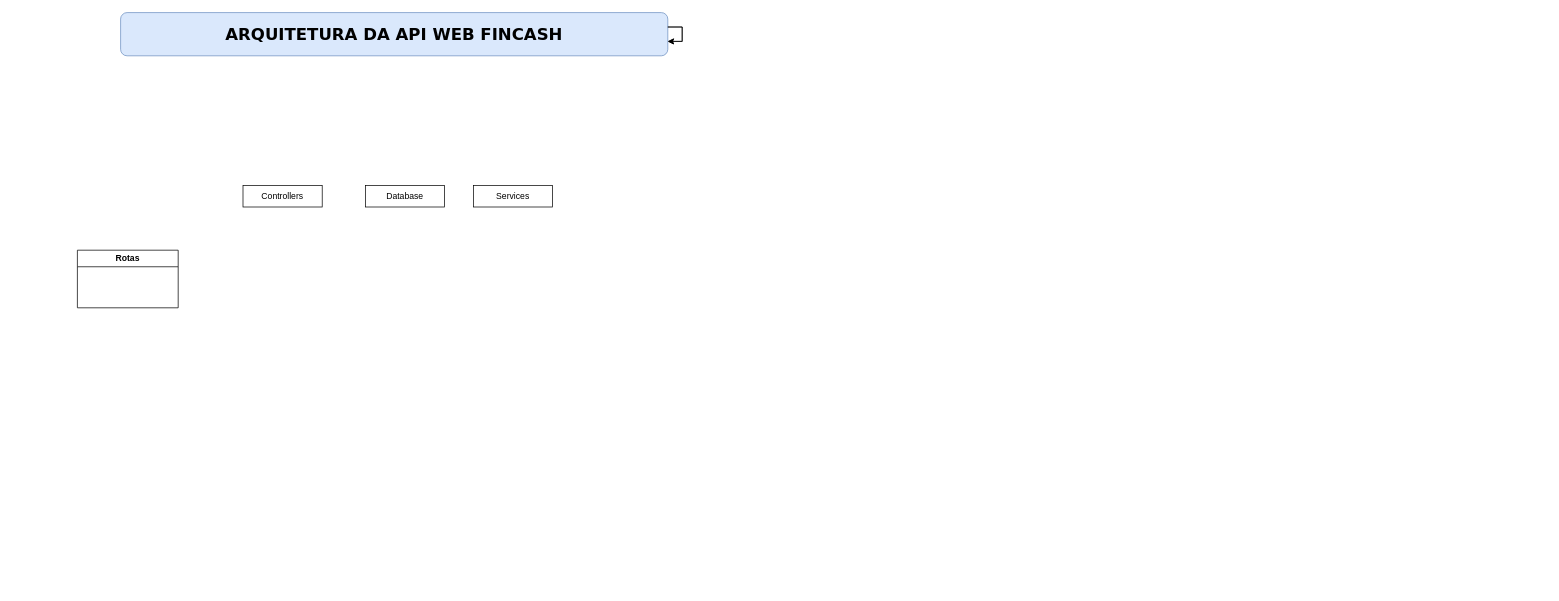
Above: src/TCC FINCASH.drawio in FINCASH-ORGANIZATION/TCC-FINCASH-BACK-END (draw.io), before the change. Source tidied: cells renumbered, new cells numbered last; positions are measured from the earlier drawing's top-left corner, leaving out a move shared by most shapes. Both pictures are drawn from the tidied source at 72%, with x=0, y=0 at pixel (77, 12).
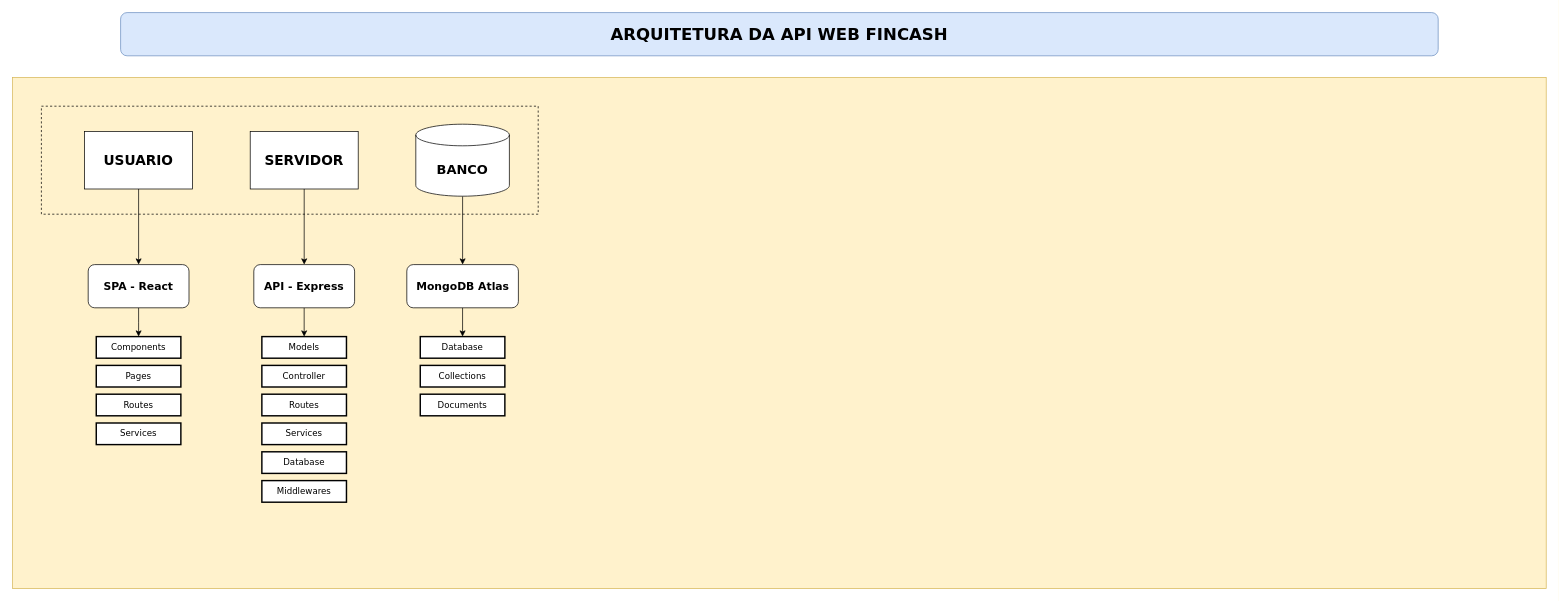
The same diagram, later.

Commit message:
Att FINCASH TCC.drawio

The edit, as a diff of the source:
```diff
@@
+    <mxCell id="10" style="rounded=0;whiteSpace=wrap;html=1;fillColor=#fff2cc;strokeColor=#d6b656;" parent="1" vertex="1">
+      <mxGeometry x="-90" y="90" width="2130" height="710" as="geometry" />
+    </mxCell>
+    <mxCell id="11" style="rounded=0;whiteSpace=wrap;html=1;shadow=0;glass=0;strokeColor=default;align=center;verticalAlign=middle;fontFamily=Helvetica;fontSize=12;fontColor=default;fillColor=none;gradientColor=none;dashed=1;" parent="1" vertex="1">
+      <mxGeometry x="-50" y="130" width="690" height="150" as="geometry" />
+    </mxCell>
     <mxCell id="2" value="&lt;font size=&quot;1&quot; face=&quot;Verdana&quot;&gt;&lt;b style=&quot;font-size: 23px;&quot;&gt;ARQUITETURA DA API WEB FINCASH&lt;/b&gt;&lt;/font&gt;" style="rounded=1;whiteSpace=wrap;html=1;fillColor=#dae8fc;strokeColor=#6c8ebf;" parent="1" vertex="1">
-      <mxGeometry x="60" width="760" height="60" as="geometry" />
+      <mxGeometry x="60" width="1830" height="60" as="geometry" />
     </mxCell>
-    <mxCell id="3" style="edgeStyle=orthogonalEdgeStyle;rounded=0;orthogonalLoop=1;jettySize=auto;html=1;" parent="1" edge="1" source="2" target="2">
-      <mxGeometry relative="1" as="geometry" />
-    </mxCell>
@@
-    <mxCell id="5" style="edgeStyle=orthogonalEdgeStyle;rounded=0;orthogonalLoop=1;jettySize=auto;html=1;" parent="1" edge="1" source="2" target="2">
-      <mxGeometry relative="1" as="geometry" />
-    </mxCell>
-    <mxCell id="6" value="Controllers" style="rounded=0;whiteSpace=wrap;html=1;" parent="1" vertex="1">
-      <mxGeometry x="230" y="240" width="110" height="30" as="geometry" />
-    </mxCell>
-    <mxCell id="7" value="Database" style="rounded=0;whiteSpace=wrap;html=1;" parent="1" vertex="1">
-      <mxGeometry x="400" y="240" width="110" height="30" as="geometry" />
-    </mxCell>
-    <mxCell id="8" value="Services" style="rounded=0;whiteSpace=wrap;html=1;" parent="1" vertex="1">
-      <mxGeometry x="550" y="240" width="110" height="30" as="geometry" />
-    </mxCell>
-    <mxCell id="9" value="Rotas" style="swimlane;whiteSpace=wrap;html=1;" parent="1" vertex="1">
-      <mxGeometry y="330" width="140" height="80" as="geometry" />
-    </mxCell>
+    <mxCell id="12" style="edgeStyle=orthogonalEdgeStyle;rounded=0;jettySize=auto;html=1;fontFamily=Verdana;fontSize=12;fontColor=default;" parent="1" edge="1" source="13" target="19">
+      <mxGeometry relative="1" as="geometry" />
+    </mxCell>
+    <mxCell id="13" value="&lt;b&gt;&lt;font style=&quot;font-size: 19px;&quot; face=&quot;Verdana&quot;&gt;USUARIO&lt;/font&gt;&lt;/b&gt;" style="rounded=0;whiteSpace=wrap;html=1;gradientColor=none;glass=0;shadow=0;strokeColor=default;" parent="1" vertex="1">
+      <mxGeometry x="10" y="165" width="150" height="80" as="geometry" />
+    </mxCell>
+    <mxCell id="14" style="edgeStyle=orthogonalEdgeStyle;rounded=0;jettySize=auto;html=1;fontFamily=Verdana;fontSize=12;fontColor=default;" parent="1" edge="1" source="15" target="23">
+      <mxGeometry relative="1" as="geometry" />
+    </mxCell>
+    <mxCell id="15" value="&lt;font face=&quot;Verdana&quot;&gt;&lt;span style=&quot;font-size: 19px;&quot;&gt;&lt;b&gt;SERVIDOR&lt;br&gt;&lt;/b&gt;&lt;/span&gt;&lt;/font&gt;" style="rounded=0;whiteSpace=wrap;html=1;gradientColor=none;glass=0;shadow=0;strokeColor=default;" parent="1" vertex="1">
+      <mxGeometry x="240" y="165" width="150" height="80" as="geometry" />
+    </mxCell>
+    <mxCell id="16" style="edgeStyle=orthogonalEdgeStyle;rounded=0;jettySize=auto;html=1;fontFamily=Verdana;fontSize=12;fontColor=default;" parent="1" edge="1" source="17" target="21">
+      <mxGeometry relative="1" as="geometry" />
+    </mxCell>
+    <mxCell id="17" value="&lt;font style=&quot;font-size: 18px;&quot;&gt;&lt;b&gt;BANCO&lt;/b&gt;&lt;/font&gt;" style="shape=cylinder3;whiteSpace=wrap;html=1;boundedLbl=1;backgroundOutline=1;size=15;rounded=0;shadow=0;glass=0;strokeColor=default;align=center;verticalAlign=middle;fontFamily=Verdana;fontSize=12;fontColor=default;fillColor=default;gradientColor=none;" parent="1" vertex="1">
+      <mxGeometry x="470" y="155" width="130" height="100" as="geometry" />
+    </mxCell>
+    <mxCell id="18" style="edgeStyle=orthogonalEdgeStyle;rounded=0;jettySize=auto;html=1;fontFamily=Verdana;fontSize=12;fontColor=default;" parent="1" edge="1" source="19" target="24">
+      <mxGeometry relative="1" as="geometry" />
+    </mxCell>
+    <mxCell id="19" value="SPA - React" style="rounded=1;whiteSpace=wrap;html=1;shadow=0;glass=0;strokeColor=default;align=center;verticalAlign=middle;fontFamily=Verdana;fontSize=15;fontColor=default;fillColor=default;gradientColor=none;fontStyle=1;" parent="1" vertex="1">
+      <mxGeometry x="15" y="350" width="140" height="60" as="geometry" />
+    </mxCell>
+    <mxCell id="20" style="edgeStyle=orthogonalEdgeStyle;rounded=0;jettySize=auto;html=1;entryX=0.5;entryY=0;entryDx=0;entryDy=0;fontFamily=Verdana;fontSize=12;fontColor=default;" parent="1" edge="1" source="21" target="32">
+      <mxGeometry relative="1" as="geometry" />
+    </mxCell>
+    <mxCell id="21" value="MongoDB Atlas" style="rounded=1;whiteSpace=wrap;html=1;shadow=0;glass=0;strokeColor=default;align=center;verticalAlign=middle;fontFamily=Verdana;fontSize=15;fontColor=default;fillColor=default;gradientColor=none;fontStyle=1;" parent="1" vertex="1">
+      <mxGeometry x="457.5" y="350" width="155" height="60" as="geometry" />
+    </mxCell>
+    <mxCell id="22" style="edgeStyle=orthogonalEdgeStyle;rounded=0;jettySize=auto;html=1;entryX=0.5;entryY=0;entryDx=0;entryDy=0;fontFamily=Verdana;fontSize=12;fontColor=default;" parent="1" edge="1" source="23" target="28">
+      <mxGeometry relative="1" as="geometry" />
+    </mxCell>
+    <mxCell id="23" value="API - Express" style="rounded=1;whiteSpace=wrap;html=1;shadow=0;glass=0;strokeColor=default;align=center;verticalAlign=middle;fontFamily=Verdana;fontSize=15;fontColor=default;fillColor=default;gradientColor=none;fontStyle=1;" parent="1" vertex="1">
+      <mxGeometry x="245" y="350" width="140" height="60" as="geometry" />
+    </mxCell>
+    <mxCell id="24" value="Components" style="rounded=0;whiteSpace=wrap;html=1;shadow=0;glass=0;strokeColor=default;align=center;verticalAlign=middle;fontFamily=Verdana;fontSize=12;fontColor=default;fillColor=default;gradientColor=none;strokeWidth=2;" parent="1" vertex="1">
+      <mxGeometry x="26.2" y="450" width="117.5" height="30" as="geometry" />
+    </mxCell>
+    <mxCell id="25" value="Pages" style="rounded=0;whiteSpace=wrap;html=1;shadow=0;glass=0;strokeColor=default;align=center;verticalAlign=middle;fontFamily=Verdana;fontSize=12;fontColor=default;fillColor=default;gradientColor=none;strokeWidth=2;" parent="1" vertex="1">
+      <mxGeometry x="26.2" y="490" width="117.5" height="30" as="geometry" />
+    </mxCell>
+    <mxCell id="26" value="Routes" style="rounded=0;whiteSpace=wrap;html=1;shadow=0;glass=0;strokeColor=default;align=center;verticalAlign=middle;fontFamily=Verdana;fontSize=12;fontColor=default;fillColor=default;gradientColor=none;strokeWidth=2;" parent="1" vertex="1">
+      <mxGeometry x="26.2" y="530" width="117.5" height="30" as="geometry" />
+    </mxCell>
+    <mxCell id="27" value="Services" style="rounded=0;whiteSpace=wrap;html=1;shadow=0;glass=0;strokeColor=default;align=center;verticalAlign=middle;fontFamily=Verdana;fontSize=12;fontColor=default;fillColor=default;gradientColor=none;strokeWidth=2;" parent="1" vertex="1">
+      <mxGeometry x="26.2" y="570" width="117.5" height="30" as="geometry" />
+    </mxCell>
+    <mxCell id="28" value="Models" style="rounded=0;whiteSpace=wrap;html=1;shadow=0;glass=0;strokeColor=default;align=center;verticalAlign=middle;fontFamily=Verdana;fontSize=12;fontColor=default;fillColor=default;gradientColor=none;strokeWidth=2;" parent="1" vertex="1">
+      <mxGeometry x="256.2" y="450" width="117.5" height="30" as="geometry" />
+    </mxCell>
+    <mxCell id="29" value="Controller" style="rounded=0;whiteSpace=wrap;html=1;shadow=0;glass=0;strokeColor=default;align=center;verticalAlign=middle;fontFamily=Verdana;fontSize=12;fontColor=default;fillColor=default;gradientColor=none;strokeWidth=2;" parent="1" vertex="1">
+      <mxGeometry x="256.2" y="490" width="117.5" height="30" as="geometry" />
+    </mxCell>
+    <mxCell id="30" value="Routes" style="rounded=0;whiteSpace=wrap;html=1;shadow=0;glass=0;strokeColor=default;align=center;verticalAlign=middle;fontFamily=Verdana;fontSize=12;fontColor=default;fillColor=default;gradientColor=none;strokeWidth=2;" parent="1" vertex="1">
+      <mxGeometry x="256.2" y="530" width="117.5" height="30" as="geometry" />
+    </mxCell>
+    <mxCell id="31" value="Services" style="rounded=0;whiteSpace=wrap;html=1;shadow=0;glass=0;strokeColor=default;align=center;verticalAlign=middle;fontFamily=Verdana;fontSize=12;fontColor=default;fillColor=default;gradientColor=none;strokeWidth=2;" parent="1" vertex="1">
+      <mxGeometry x="256.2" y="570" width="117.5" height="30" as="geometry" />
+    </mxCell>
+    <mxCell id="32" value="Database" style="rounded=0;whiteSpace=wrap;html=1;shadow=0;glass=0;strokeColor=default;align=center;verticalAlign=middle;fontFamily=Verdana;fontSize=12;fontColor=default;fillColor=default;gradientColor=none;strokeWidth=2;" parent="1" vertex="1">
+      <mxGeometry x="476.2" y="450" width="117.5" height="30" as="geometry" />
+    </mxCell>
+    <mxCell id="33" value="Collections" style="rounded=0;whiteSpace=wrap;html=1;shadow=0;glass=0;strokeColor=default;align=center;verticalAlign=middle;fontFamily=Verdana;fontSize=12;fontColor=default;fillColor=default;gradientColor=none;strokeWidth=2;" parent="1" vertex="1">
+      <mxGeometry x="476.2" y="490" width="117.5" height="30" as="geometry" />
+    </mxCell>
+    <mxCell id="34" value="Documents" style="rounded=0;whiteSpace=wrap;html=1;shadow=0;glass=0;strokeColor=default;align=center;verticalAlign=middle;fontFamily=Verdana;fontSize=12;fontColor=default;fillColor=default;gradientColor=none;strokeWidth=2;" parent="1" vertex="1">
+      <mxGeometry x="476.2" y="530" width="117.5" height="30" as="geometry" />
+    </mxCell>
+    <mxCell id="35" value="Database" style="rounded=0;whiteSpace=wrap;html=1;shadow=0;glass=0;strokeColor=default;align=center;verticalAlign=middle;fontFamily=Verdana;fontSize=12;fontColor=default;fillColor=default;gradientColor=none;strokeWidth=2;" parent="1" vertex="1">
+      <mxGeometry x="256.2" y="610" width="117.5" height="30" as="geometry" />
+    </mxCell>
+    <mxCell id="36" value="Middlewares" style="rounded=0;whiteSpace=wrap;html=1;shadow=0;glass=0;strokeColor=default;align=center;verticalAlign=middle;fontFamily=Verdana;fontSize=12;fontColor=default;fillColor=default;gradientColor=none;strokeWidth=2;" parent="1" vertex="1">
+      <mxGeometry x="256.2" y="650" width="117.5" height="30" as="geometry" />
+    </mxCell>
```
